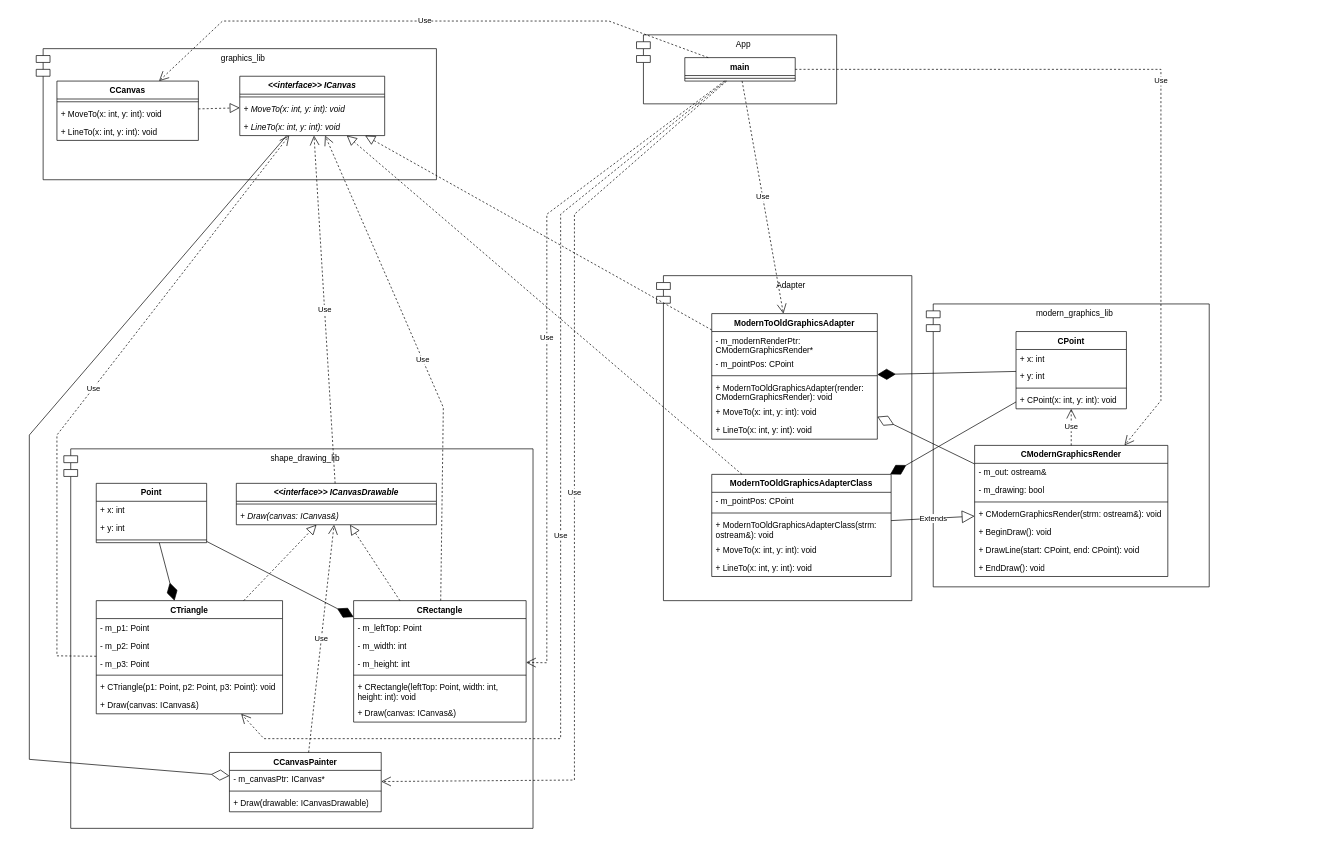
Earlier version of the draw.io diagram lw6/Adapter.drawio (ProstP/OOD). Source tidied: cells renumbered, new cells numbered last; positions are measured from the earlier drawing's top-left corner, leaving out a move shared by most shapes. Both pictures are drawn from the tidied source at 69%, with x=0, y=0 at pixel (29, 21).
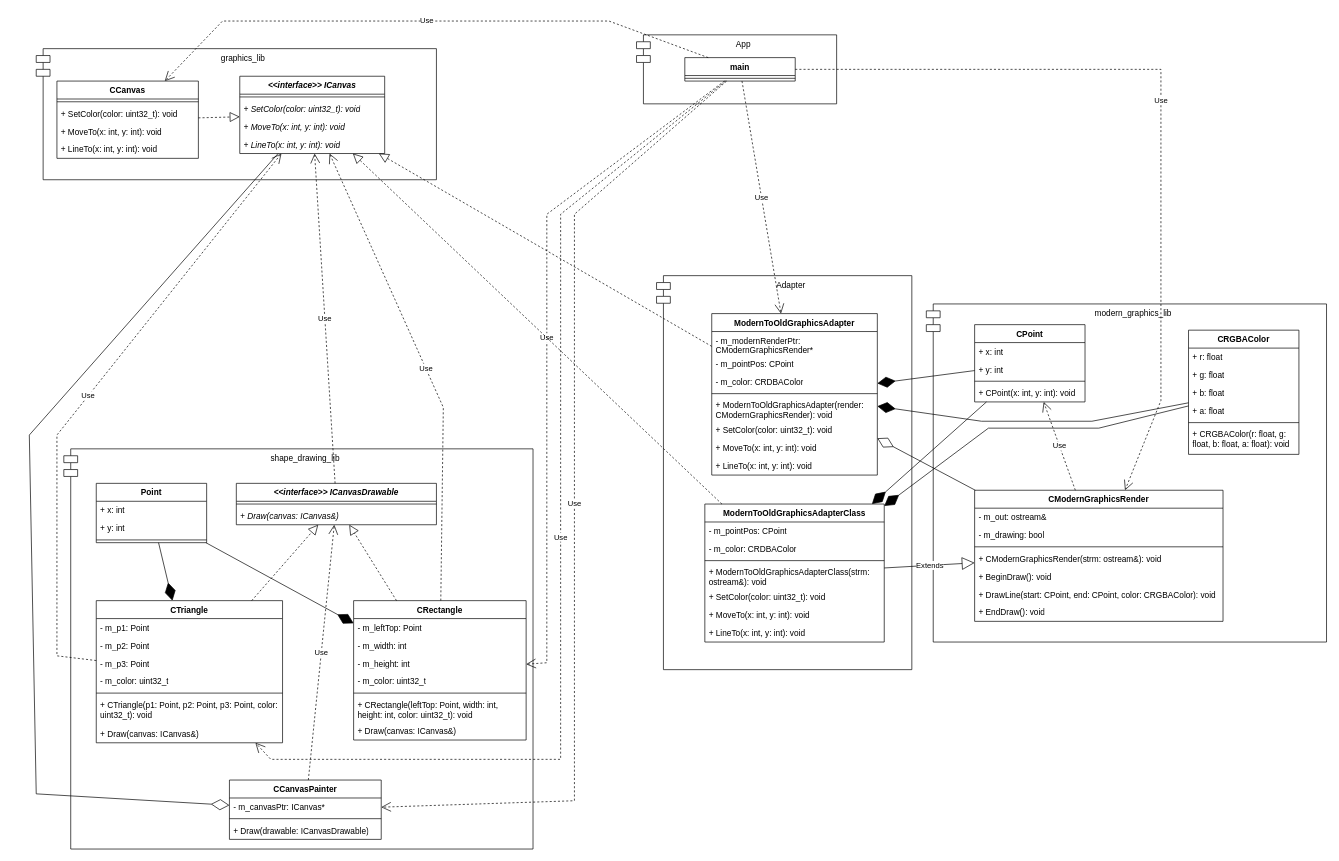
The same diagram, later.

Commit message:
Lw6-3 Добавил цвета в диаграмму

Unchanged cells that the change refers to:
```xml
<mxCell id="3" value="main" style="swimlane;fontStyle=1;align=center;verticalAlign=top;horizontal=1;startSize=26;whiteSpace=wrap;html=1;" parent="1" vertex="1">
  <mxGeometry x="950" y="53" width="160" height="34" as="geometry" />
</mxCell>
```

What changed in the source:
```diff
@@
     <mxCell id="6" value="modern_graphics_lib" style="shape=module;align=left;spacingLeft=20;align=center;verticalAlign=top;whiteSpace=wrap;html=1;" parent="1" vertex="1">
-      <mxGeometry x="1300" y="410" width="410" height="410" as="geometry" />
+      <mxGeometry x="1300" y="410" width="580" height="490" as="geometry" />
     </mxCell>
     <mxCell id="7" value="shape_drawing_lib" style="shape=module;align=left;spacingLeft=20;align=center;verticalAlign=top;whiteSpace=wrap;html=1;" parent="1" vertex="1">
-      <mxGeometry x="50" y="620" width="680" height="550" as="geometry" />
+      <mxGeometry x="50" y="620" width="680" height="580" as="geometry" />
     </mxCell>
     <mxCell id="8" value="&lt;i&gt;&amp;lt;&amp;lt;interface&amp;gt;&amp;gt; ICanvas&lt;/i&gt;" style="swimlane;fontStyle=1;align=center;verticalAlign=top;horizontal=1;startSize=26;whiteSpace=wrap;html=1;" parent="1" vertex="1">
-      <mxGeometry x="305" y="80" width="210" height="86" as="geometry" />
+      <mxGeometry x="305" y="80" width="210" height="112" as="geometry" />
     </mxCell>
@@
+    <mxCell id="91" value="&lt;i&gt;+ SetColor(color: uint32_t): void&lt;/i&gt;" style="text;strokeColor=none;fillColor=none;align=left;verticalAlign=top;spacingLeft=4;spacingRight=4;overflow=hidden;whiteSpace=wrap;html=1;" parent="8" vertex="1">
+      <mxGeometry y="34" width="210" height="26" as="geometry" />
+    </mxCell>
     <mxCell id="10" value="&lt;i&gt;+ MoveTo(x: int, y: int): void&lt;/i&gt;" style="text;strokeColor=none;fillColor=none;align=left;verticalAlign=top;spacingLeft=4;spacingRight=4;overflow=hidden;whiteSpace=wrap;html=1;" parent="8" vertex="1">
-      <mxGeometry y="34" width="210" height="26" as="geometry" />
+      <mxGeometry y="60" width="210" height="26" as="geometry" />
     </mxCell>
     <mxCell id="11" value="&lt;i&gt;+ LineTo(x: int, y: int): void&lt;/i&gt;" style="text;strokeColor=none;fillColor=none;align=left;verticalAlign=top;spacingLeft=4;spacingRight=4;overflow=hidden;whiteSpace=wrap;html=1;" parent="8" vertex="1">
-      <mxGeometry y="60" width="210" height="26" as="geometry" />
+      <mxGeometry y="86" width="210" height="26" as="geometry" />
     </mxCell>
     <mxCell id="12" value="CCanvas" style="swimlane;fontStyle=1;align=center;verticalAlign=top;horizontal=1;startSize=26;whiteSpace=wrap;html=1;" parent="1" vertex="1">
-      <mxGeometry x="40" y="87" width="205" height="86" as="geometry" />
+      <mxGeometry x="40" y="87" width="205" height="112" as="geometry" />
     </mxCell>
@@
+    <mxCell id="92" value="+ SetColor(color: uint32_t): void" style="text;strokeColor=none;fillColor=none;align=left;verticalAlign=top;spacingLeft=4;spacingRight=4;overflow=hidden;whiteSpace=wrap;html=1;" parent="12" vertex="1">
+      <mxGeometry y="34" width="205" height="26" as="geometry" />
+    </mxCell>
     <mxCell id="14" value="+ MoveTo(x: int, y: int): void" style="text;strokeColor=none;fillColor=none;align=left;verticalAlign=top;spacingLeft=4;spacingRight=4;overflow=hidden;whiteSpace=wrap;html=1;" parent="12" vertex="1">
-      <mxGeometry y="34" width="205" height="26" as="geometry" />
+      <mxGeometry y="60" width="205" height="26" as="geometry" />
     </mxCell>
     <mxCell id="15" value="+ LineTo(x: int, y: int): void" style="text;strokeColor=none;fillColor=none;align=left;verticalAlign=top;spacingLeft=4;spacingRight=4;overflow=hidden;whiteSpace=wrap;html=1;" parent="12" vertex="1">
-      <mxGeometry y="60" width="205" height="26" as="geometry" />
+      <mxGeometry y="86" width="205" height="26" as="geometry" />
     </mxCell>
@@
     <mxCell id="25" value="CTriangle" style="swimlane;fontStyle=1;align=center;verticalAlign=top;horizontal=1;startSize=26;whiteSpace=wrap;html=1;" parent="1" vertex="1">
-      <mxGeometry x="97" y="840" width="270" height="164" as="geometry" />
+      <mxGeometry x="97" y="840" width="270" height="206" as="geometry" />
     </mxCell>
@@
+    <mxCell id="93" value="- m_color: uint32_t" style="text;strokeColor=none;fillColor=none;align=left;verticalAlign=top;spacingLeft=4;spacingRight=4;overflow=hidden;whiteSpace=wrap;html=1;" parent="25" vertex="1">
+      <mxGeometry y="104" width="270" height="26" as="geometry" />
+    </mxCell>
     <mxCell id="29" style="line;strokeWidth=1;fillColor=none;align=left;verticalAlign=middle;spacingTop=-1;spacingLeft=3;spacingRight=3;labelPosition=right;strokeColor=inherit;" parent="25" vertex="1">
-      <mxGeometry y="104" width="270" height="8" as="geometry" />
+      <mxGeometry y="130" width="270" height="8" as="geometry" />
     </mxCell>
-    <mxCell id="30" value="+ CTriangle(p1: Point, p2: Point, p3: Point): void" style="text;strokeColor=none;fillColor=none;align=left;verticalAlign=top;spacingLeft=4;spacingRight=4;overflow=hidden;whiteSpace=wrap;html=1;" parent="25" vertex="1">
-      <mxGeometry y="112" width="270" height="26" as="geometry" />
+    <mxCell id="30" value="+ CTriangle(p1: Point, p2: Point, p3: Point, color: uint32_t): void" style="text;strokeColor=none;fillColor=none;align=left;verticalAlign=top;spacingLeft=4;spacingRight=4;overflow=hidden;whiteSpace=wrap;html=1;" parent="25" vertex="1">
+      <mxGeometry y="138" width="270" height="42" as="geometry" />
     </mxCell>
     <mxCell id="31" value="+ Draw(canvas: ICanvas&amp;amp;)" style="text;strokeColor=none;fillColor=none;align=left;verticalAlign=top;spacingLeft=4;spacingRight=4;overflow=hidden;whiteSpace=wrap;html=1;" parent="25" vertex="1">
-      <mxGeometry y="138" width="270" height="26" as="geometry" />
+      <mxGeometry y="180" width="270" height="26" as="geometry" />
     </mxCell>
@@
     <mxCell id="34" value="CRectangle" style="swimlane;fontStyle=1;align=center;verticalAlign=top;horizontal=1;startSize=26;whiteSpace=wrap;html=1;" parent="1" vertex="1">
-      <mxGeometry x="470" y="840" width="250" height="176" as="geometry" />
+      <mxGeometry x="470" y="840" width="250" height="202" as="geometry" />
     </mxCell>
@@
+    <mxCell id="94" value="- m_color: uint32_t" style="text;strokeColor=none;fillColor=none;align=left;verticalAlign=top;spacingLeft=4;spacingRight=4;overflow=hidden;whiteSpace=wrap;html=1;" parent="34" vertex="1">
+      <mxGeometry y="104" width="250" height="26" as="geometry" />
+    </mxCell>
     <mxCell id="38" style="line;strokeWidth=1;fillColor=none;align=left;verticalAlign=middle;spacingTop=-1;spacingLeft=3;spacingRight=3;labelPosition=right;strokeColor=inherit;" parent="34" vertex="1">
-      <mxGeometry y="104" width="250" height="8" as="geometry" />
+      <mxGeometry y="130" width="250" height="8" as="geometry" />
     </mxCell>
-    <mxCell id="39" value="+&amp;nbsp;&lt;span style=&quot;text-align: center;&quot;&gt;CRectangle&lt;/span&gt;(leftTop: Point, width: int, height: int): void" style="text;strokeColor=none;fillColor=none;align=left;verticalAlign=top;spacingLeft=4;spacingRight=4;overflow=hidden;whiteSpace=wrap;html=1;" parent="34" vertex="1">
-      <mxGeometry y="112" width="250" height="38" as="geometry" />
+    <mxCell id="39" value="+&amp;nbsp;&lt;span style=&quot;text-align: center;&quot;&gt;CRectangle&lt;/span&gt;(leftTop: Point, width: int, height: int, color: uint32_t): void" style="text;strokeColor=none;fillColor=none;align=left;verticalAlign=top;spacingLeft=4;spacingRight=4;overflow=hidden;whiteSpace=wrap;html=1;" parent="34" vertex="1">
+      <mxGeometry y="138" width="250" height="38" as="geometry" />
     </mxCell>
     <mxCell id="40" value="+ Draw(canvas: ICanvas&amp;amp;)" style="text;strokeColor=none;fillColor=none;align=left;verticalAlign=top;spacingLeft=4;spacingRight=4;overflow=hidden;whiteSpace=wrap;html=1;" parent="34" vertex="1">
-      <mxGeometry y="150" width="250" height="26" as="geometry" />
+      <mxGeometry y="176" width="250" height="26" as="geometry" />
     </mxCell>
@@
     <mxCell id="45" value="CCanvasPainter" style="swimlane;fontStyle=1;align=center;verticalAlign=top;horizontal=1;startSize=26;whiteSpace=wrap;html=1;" parent="1" vertex="1">
-      <mxGeometry x="290" y="1060" width="220" height="86" as="geometry" />
+      <mxGeometry x="290" y="1100" width="220" height="86" as="geometry" />
     </mxCell>
@@
     <mxCell id="49" style="endArrow=diamondThin;endFill=0;endSize=24;html=1;rounded=0;" parent="1" edge="1" source="8" target="45">
       <mxGeometry relative="1" as="geometry">
         <Array as="points">
           <mxPoint y="600" />
-          <mxPoint y="1070" />
+          <mxPoint x="10" y="1120" />
         </Array>
       </mxGeometry>
     </mxCell>
@@
     <mxCell id="51" value="CPoint" style="swimlane;fontStyle=1;align=center;verticalAlign=top;horizontal=1;startSize=26;whiteSpace=wrap;html=1;" parent="1" vertex="1">
-      <mxGeometry x="1430" y="450" width="160" height="112" as="geometry" />
+      <mxGeometry x="1370" y="440" width="160" height="112" as="geometry" />
     </mxCell>
@@
     <mxCell id="56" value="CModernGraphicsRender" style="swimlane;fontStyle=1;align=center;verticalAlign=top;horizontal=1;startSize=26;whiteSpace=wrap;html=1;" parent="1" vertex="1">
-      <mxGeometry x="1370" y="615" width="280" height="190" as="geometry" />
+      <mxGeometry x="1370" y="680" width="360" height="190" as="geometry" />
     </mxCell>
     <mxCell id="57" value="- m_out: ostream&amp;amp;" style="text;strokeColor=none;fillColor=none;align=left;verticalAlign=top;spacingLeft=4;spacingRight=4;overflow=hidden;whiteSpace=wrap;html=1;" parent="56" vertex="1">
-      <mxGeometry y="26" width="280" height="26" as="geometry" />
+      <mxGeometry y="26" width="360" height="26" as="geometry" />
     </mxCell>
     <mxCell id="58" value="- m_drawing: bool" style="text;strokeColor=none;fillColor=none;align=left;verticalAlign=top;spacingLeft=4;spacingRight=4;overflow=hidden;whiteSpace=wrap;html=1;" parent="56" vertex="1">
-      <mxGeometry y="52" width="280" height="26" as="geometry" />
+      <mxGeometry y="52" width="360" height="26" as="geometry" />
     </mxCell>
     <mxCell id="59" style="line;strokeWidth=1;fillColor=none;align=left;verticalAlign=middle;spacingTop=-1;spacingLeft=3;spacingRight=3;labelPosition=right;strokeColor=inherit;" parent="56" vertex="1">
-      <mxGeometry y="78" width="280" height="8" as="geometry" />
+      <mxGeometry y="78" width="360" height="8" as="geometry" />
     </mxCell>
     <mxCell id="60" value="+&amp;nbsp;&lt;span style=&quot;text-align: center;&quot;&gt;CModernGraphicsRender&lt;/span&gt;(strm: ostream&amp;amp;): void" style="text;strokeColor=none;fillColor=none;align=left;verticalAlign=top;spacingLeft=4;spacingRight=4;overflow=hidden;whiteSpace=wrap;html=1;" parent="56" vertex="1">
-      <mxGeometry y="86" width="280" height="26" as="geometry" />
+      <mxGeometry y="86" width="360" height="26" as="geometry" />
     </mxCell>
     <mxCell id="61" value="+&amp;nbsp;&lt;span style=&quot;text-align: center;&quot;&gt;BeginDraw&lt;/span&gt;(): void" style="text;strokeColor=none;fillColor=none;align=left;verticalAlign=top;spacingLeft=4;spacingRight=4;overflow=hidden;whiteSpace=wrap;html=1;" parent="56" vertex="1">
-      <mxGeometry y="112" width="280" height="26" as="geometry" />
+      <mxGeometry y="112" width="360" height="26" as="geometry" />
     </mxCell>
-    <mxCell id="62" value="+&amp;nbsp;&lt;span style=&quot;text-align: center;&quot;&gt;DrawLine&lt;/span&gt;(start: CPoint, end: CPoint): void" style="text;strokeColor=none;fillColor=none;align=left;verticalAlign=top;spacingLeft=4;spacingRight=4;overflow=hidden;whiteSpace=wrap;html=1;" parent="56" vertex="1">
-      <mxGeometry y="138" width="280" height="26" as="geometry" />
+    <mxCell id="62" value="+&amp;nbsp;&lt;span style=&quot;text-align: center;&quot;&gt;DrawLine&lt;/span&gt;(start: CPoint, end: CPoint, color: CRGBAColor): void" style="text;strokeColor=none;fillColor=none;align=left;verticalAlign=top;spacingLeft=4;spacingRight=4;overflow=hidden;whiteSpace=wrap;html=1;" parent="56" vertex="1">
+      <mxGeometry y="138" width="360" height="26" as="geometry" />
     </mxCell>
     <mxCell id="63" value="+&amp;nbsp;&lt;span style=&quot;text-align: center;&quot;&gt;EndDraw&lt;/span&gt;(): void" style="text;strokeColor=none;fillColor=none;align=left;verticalAlign=top;spacingLeft=4;spacingRight=4;overflow=hidden;whiteSpace=wrap;html=1;" parent="56" vertex="1">
-      <mxGeometry y="164" width="280" height="26" as="geometry" />
+      <mxGeometry y="164" width="360" height="26" as="geometry" />
     </mxCell>
@@
     <mxCell id="65" value="Adapter" style="shape=module;align=left;spacingLeft=20;align=center;verticalAlign=top;whiteSpace=wrap;html=1;" parent="1" vertex="1">
-      <mxGeometry x="909" y="369" width="370" height="471" as="geometry" />
+      <mxGeometry x="909" y="369" width="370" height="571" as="geometry" />
     </mxCell>
     <mxCell id="66" value="ModernToOldGraphicsAdapter" style="swimlane;fontStyle=1;align=center;verticalAlign=top;horizontal=1;startSize=26;whiteSpace=wrap;html=1;" parent="1" vertex="1">
-      <mxGeometry x="989" y="424" width="240" height="182" as="geometry" />
+      <mxGeometry x="989" y="424" width="240" height="234" as="geometry" />
     </mxCell>
@@
+    <mxCell id="95" value="- m_color: CRDBAColor" style="text;strokeColor=none;fillColor=none;align=left;verticalAlign=top;spacingLeft=4;spacingRight=4;overflow=hidden;whiteSpace=wrap;html=1;" parent="66" vertex="1">
+      <mxGeometry y="86" width="240" height="26" as="geometry" />
+    </mxCell>
     <mxCell id="69" style="line;strokeWidth=1;fillColor=none;align=left;verticalAlign=middle;spacingTop=-1;spacingLeft=3;spacingRight=3;labelPosition=right;strokeColor=inherit;" parent="66" vertex="1">
-      <mxGeometry y="86" width="240" height="8" as="geometry" />
+      <mxGeometry y="112" width="240" height="8" as="geometry" />
     </mxCell>
     <mxCell id="70" value="+&amp;nbsp;&lt;span style=&quot;text-align: center;&quot;&gt;ModernToOldGraphicsAdapter&lt;/span&gt;(render: CModernGraphicsRender): void" style="text;strokeColor=none;fillColor=none;align=left;verticalAlign=top;spacingLeft=4;spacingRight=4;overflow=hidden;whiteSpace=wrap;html=1;" parent="66" vertex="1">
-      <mxGeometry y="94" width="240" height="36" as="geometry" />
+      <mxGeometry y="120" width="240" height="36" as="geometry" />
     </mxCell>
+    <mxCell id="96" value="+ SetColor(color: uint32_t): void" style="text;strokeColor=none;fillColor=none;align=left;verticalAlign=top;spacingLeft=4;spacingRight=4;overflow=hidden;whiteSpace=wrap;html=1;" parent="66" vertex="1">
+      <mxGeometry y="156" width="240" height="26" as="geometry" />
+    </mxCell>
     <mxCell id="71" value="+ MoveTo(x: int, y: int): void" style="text;strokeColor=none;fillColor=none;align=left;verticalAlign=top;spacingLeft=4;spacingRight=4;overflow=hidden;whiteSpace=wrap;html=1;" parent="66" vertex="1">
-      <mxGeometry y="130" width="240" height="26" as="geometry" />
+      <mxGeometry y="182" width="240" height="26" as="geometry" />
     </mxCell>
     <mxCell id="72" value="+ LineTo(x: int, y: int): void" style="text;strokeColor=none;fillColor=none;align=left;verticalAlign=top;spacingLeft=4;spacingRight=4;overflow=hidden;whiteSpace=wrap;html=1;" parent="66" vertex="1">
-      <mxGeometry y="156" width="240" height="26" as="geometry" />
+      <mxGeometry y="208" width="240" height="26" as="geometry" />
     </mxCell>
@@
     <mxCell id="80" value="Use" style="endArrow=open;endSize=12;dashed=1;html=1;rounded=0;" parent="1" edge="1" source="3" target="25">
       <mxGeometry relative="1" as="geometry">
         <Array as="points">
           <mxPoint x="770" y="280" />
-          <mxPoint x="770" y="1040" />
-          <mxPoint x="340" y="1040" />
+          <mxPoint x="770" y="1070" />
+          <mxPoint x="350" y="1070" />
         </Array>
       </mxGeometry>
     </mxCell>
     <mxCell id="81" value="Use" style="endArrow=open;endSize=12;dashed=1;html=1;rounded=0;" parent="1" edge="1" source="3" target="45">
       <mxGeometry relative="1" as="geometry">
         <Array as="points">
           <mxPoint x="790" y="280" />
-          <mxPoint x="790" y="1100" />
+          <mxPoint x="790" y="1130" />
         </Array>
       </mxGeometry>
     </mxCell>
     <mxCell id="82" value="ModernToOldGraphicsAdapterClass" style="swimlane;fontStyle=1;align=center;verticalAlign=top;horizontal=1;startSize=26;whiteSpace=wrap;html=1;" parent="1" vertex="1">
-      <mxGeometry x="989" y="657" width="260" height="148" as="geometry" />
+      <mxGeometry x="979" y="700" width="260" height="200" as="geometry" />
     </mxCell>
@@
+    <mxCell id="97" value="- m_color: CRDBAColor" style="text;strokeColor=none;fillColor=none;align=left;verticalAlign=top;spacingLeft=4;spacingRight=4;overflow=hidden;whiteSpace=wrap;html=1;" parent="82" vertex="1">
+      <mxGeometry y="52" width="260" height="26" as="geometry" />
+    </mxCell>
     <mxCell id="84" style="line;strokeWidth=1;fillColor=none;align=left;verticalAlign=middle;spacingTop=-1;spacingLeft=3;spacingRight=3;labelPosition=right;strokeColor=inherit;" parent="82" vertex="1">
-      <mxGeometry y="52" width="260" height="8" as="geometry" />
+      <mxGeometry y="78" width="260" height="8" as="geometry" />
     </mxCell>
     <mxCell id="85" value="+&amp;nbsp;&lt;span style=&quot;text-align: center;&quot;&gt;ModernToOldGraphicsAdapterClass&lt;/span&gt;(strm: ostream&amp;amp;): void" style="text;strokeColor=none;fillColor=none;align=left;verticalAlign=top;spacingLeft=4;spacingRight=4;overflow=hidden;whiteSpace=wrap;html=1;" parent="82" vertex="1">
-      <mxGeometry y="60" width="260" height="36" as="geometry" />
+      <mxGeometry y="86" width="260" height="36" as="geometry" />
     </mxCell>
+    <mxCell id="98" value="+ SetColor(color: uint32_t): void" style="text;strokeColor=none;fillColor=none;align=left;verticalAlign=top;spacingLeft=4;spacingRight=4;overflow=hidden;whiteSpace=wrap;html=1;" parent="82" vertex="1">
+      <mxGeometry y="122" width="260" height="26" as="geometry" />
+    </mxCell>
     <mxCell id="86" value="+ MoveTo(x: int, y: int): void" style="text;strokeColor=none;fillColor=none;align=left;verticalAlign=top;spacingLeft=4;spacingRight=4;overflow=hidden;whiteSpace=wrap;html=1;" parent="82" vertex="1">
-      <mxGeometry y="96" width="260" height="26" as="geometry" />
+      <mxGeometry y="148" width="260" height="26" as="geometry" />
     </mxCell>
     <mxCell id="87" value="+ LineTo(x: int, y: int): void" style="text;strokeColor=none;fillColor=none;align=left;verticalAlign=top;spacingLeft=4;spacingRight=4;overflow=hidden;whiteSpace=wrap;html=1;" parent="82" vertex="1">
-      <mxGeometry y="122" width="260" height="26" as="geometry" />
+      <mxGeometry y="174" width="260" height="26" as="geometry" />
     </mxCell>
@@
+    <mxCell id="99" value="CRGBAColor" style="swimlane;fontStyle=1;align=center;verticalAlign=top;horizontal=1;startSize=26;whiteSpace=wrap;html=1;" parent="1" vertex="1">
+      <mxGeometry x="1680" y="448" width="160" height="180" as="geometry" />
+    </mxCell>
+    <mxCell id="100" value="+ r: float" style="text;strokeColor=none;fillColor=none;align=left;verticalAlign=top;spacingLeft=4;spacingRight=4;overflow=hidden;whiteSpace=wrap;html=1;" parent="99" vertex="1">
+      <mxGeometry y="26" width="160" height="26" as="geometry" />
+    </mxCell>
+    <mxCell id="101" value="+ g: float" style="text;strokeColor=none;fillColor=none;align=left;verticalAlign=top;spacingLeft=4;spacingRight=4;overflow=hidden;whiteSpace=wrap;html=1;" parent="99" vertex="1">
+      <mxGeometry y="52" width="160" height="26" as="geometry" />
+    </mxCell>
+    <mxCell id="102" value="+ b: float" style="text;strokeColor=none;fillColor=none;align=left;verticalAlign=top;spacingLeft=4;spacingRight=4;overflow=hidden;whiteSpace=wrap;html=1;" parent="99" vertex="1">
+      <mxGeometry y="78" width="160" height="26" as="geometry" />
+    </mxCell>
+    <mxCell id="103" value="+ a: float" style="text;strokeColor=none;fillColor=none;align=left;verticalAlign=top;spacingLeft=4;spacingRight=4;overflow=hidden;whiteSpace=wrap;html=1;" parent="99" vertex="1">
+      <mxGeometry y="104" width="160" height="26" as="geometry" />
+    </mxCell>
+    <mxCell id="104" style="line;strokeWidth=1;fillColor=none;align=left;verticalAlign=middle;spacingTop=-1;spacingLeft=3;spacingRight=3;labelPosition=right;strokeColor=inherit;" parent="99" vertex="1">
+      <mxGeometry y="130" width="160" height="8" as="geometry" />
+    </mxCell>
+    <mxCell id="105" value="+ CRGBAColor(r: float, g: float, b: float, a: float): void" style="text;strokeColor=none;fillColor=none;align=left;verticalAlign=top;spacingLeft=4;spacingRight=4;overflow=hidden;whiteSpace=wrap;html=1;" parent="99" vertex="1">
+      <mxGeometry y="138" width="160" height="42" as="geometry" />
+    </mxCell>
+    <mxCell id="106" style="endArrow=diamondThin;endFill=1;endSize=24;html=1;rounded=0;" parent="1" edge="1" source="99" target="66">
+      <mxGeometry relative="1" as="geometry">
+        <Array as="points">
+          <mxPoint x="1540" y="580" />
+          <mxPoint x="1380" y="580" />
+        </Array>
+      </mxGeometry>
+    </mxCell>
+    <mxCell id="107" style="endArrow=diamondThin;endFill=1;endSize=24;html=1;rounded=0;" parent="1" edge="1" source="99" target="82">
+      <mxGeometry relative="1" as="geometry">
+        <Array as="points">
+          <mxPoint x="1550" y="590" />
+          <mxPoint x="1390" y="590" />
+        </Array>
+      </mxGeometry>
+    </mxCell>
```
